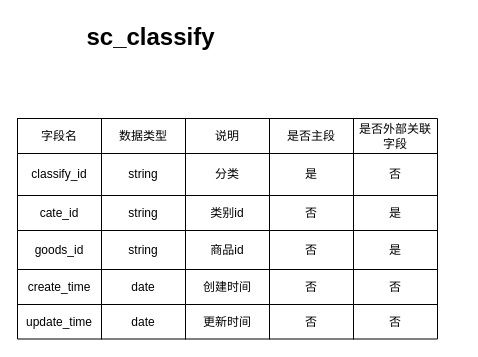
This is page "第 5 页" (5 of 12) of 数据库实体-联系图.drawio from hnistzzm/-, a draw.io file, before an edit. Source tidied: cells renumbered, new cells numbered last; positions are measured from the earlier drawing's top-left corner, leaving out a move shared by most shapes. Both pictures are drawn from the tidied source at 100%, with x=0, y=0 at pixel (17, 17).
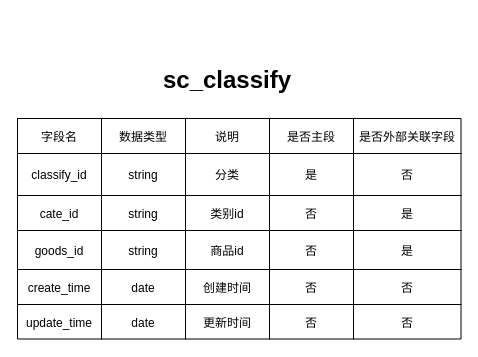
Above is the later version.

Diff of the diagram source:
```diff
@@
     <mxCell id="2" style="shape=table;startSize=0;childLayout=tableLayout;" parent="1" vertex="1">
-      <mxGeometry y="101" width="420" height="220.5" as="geometry" />
+      <mxGeometry y="101" width="443.5" height="220.5" as="geometry" />
     </mxCell>
     <mxCell id="3" style="shape=tableRow;horizontal=0;startSize=0;swimlaneHead=0;swimlaneBody=0;strokeColor=inherit;top=0;left=0;bottom=0;right=0;fillColor=none;" parent="2" vertex="1">
-      <mxGeometry width="420" height="35" as="geometry" />
+      <mxGeometry width="443.5" height="35" as="geometry" />
     </mxCell>
-    <mxCell id="4" value="字段名" style="shape=partialRectangle;html=1;whiteSpace=wrap;strokeColor=inherit;overflow=hidden;fillColor=none;top=0;left=0;bottom=0;right=0;" parent="3" vertex="1">
+    <mxCell id="4" value="字段名" style="shape=partialRectangle;strokeColor=inherit;overflow=hidden;fillColor=none;top=0;left=0;bottom=0;right=0;" parent="3" vertex="1">
       <mxGeometry width="84" height="35" as="geometry" />
     </mxCell>
-    <mxCell id="5" value="数据类型" style="shape=partialRectangle;html=1;whiteSpace=wrap;strokeColor=inherit;overflow=hidden;fillColor=none;top=0;left=0;bottom=0;right=0;" parent="3" vertex="1">
+    <mxCell id="5" value="数据类型" style="shape=partialRectangle;strokeColor=inherit;overflow=hidden;fillColor=none;top=0;left=0;bottom=0;right=0;" parent="3" vertex="1">
       <mxGeometry x="84" width="84" height="35" as="geometry" />
     </mxCell>
-    <mxCell id="6" value="说明" style="shape=partialRectangle;html=1;whiteSpace=wrap;strokeColor=inherit;overflow=hidden;fillColor=none;top=0;left=0;bottom=0;right=0;" parent="3" vertex="1">
+    <mxCell id="6" value="说明" style="shape=partialRectangle;strokeColor=inherit;overflow=hidden;fillColor=none;top=0;left=0;bottom=0;right=0;" parent="3" vertex="1">
       <mxGeometry x="168" width="84" height="35" as="geometry" />
     </mxCell>
-    <mxCell id="7" value="是否主段" style="shape=partialRectangle;html=1;whiteSpace=wrap;strokeColor=inherit;overflow=hidden;fillColor=none;top=0;left=0;bottom=0;right=0;" parent="3" vertex="1">
+    <mxCell id="7" value="是否主段" style="shape=partialRectangle;strokeColor=inherit;overflow=hidden;fillColor=none;top=0;left=0;bottom=0;right=0;" parent="3" vertex="1">
       <mxGeometry x="252" width="84" height="35" as="geometry" />
     </mxCell>
-    <mxCell id="8" value="是否外部关联字段" style="shape=partialRectangle;html=1;whiteSpace=wrap;strokeColor=inherit;overflow=hidden;fillColor=none;top=0;left=0;bottom=0;right=0;" parent="3" vertex="1">
-      <mxGeometry x="336" width="84" height="35" as="geometry" />
+    <mxCell id="8" value="是否外部关联字段" style="shape=partialRectangle;strokeColor=inherit;overflow=hidden;fillColor=none;top=0;left=0;bottom=0;right=0;" parent="3" vertex="1">
+      <mxGeometry x="336" width="108" height="35" as="geometry" />
     </mxCell>
     <mxCell id="9" style="shape=tableRow;horizontal=0;startSize=0;swimlaneHead=0;swimlaneBody=0;strokeColor=inherit;top=0;left=0;bottom=0;right=0;fillColor=none;" parent="2" vertex="1">
-      <mxGeometry y="35" width="420" height="42" as="geometry" />
+      <mxGeometry y="35" width="443.5" height="42" as="geometry" />
     </mxCell>
-    <mxCell id="10" value="classify_id" style="shape=partialRectangle;html=1;whiteSpace=wrap;strokeColor=inherit;overflow=hidden;fillColor=none;top=0;left=0;bottom=0;right=0;" parent="9" vertex="1">
+    <mxCell id="10" value="classify_id" style="shape=partialRectangle;strokeColor=inherit;overflow=hidden;fillColor=none;top=0;left=0;bottom=0;right=0;" parent="9" vertex="1">
       <mxGeometry width="84" height="42" as="geometry" />
     </mxCell>
-    <mxCell id="11" value="string" style="shape=partialRectangle;html=1;whiteSpace=wrap;strokeColor=inherit;overflow=hidden;fillColor=none;top=0;left=0;bottom=0;right=0;" parent="9" vertex="1">
+    <mxCell id="11" value="string" style="shape=partialRectangle;strokeColor=inherit;overflow=hidden;fillColor=none;top=0;left=0;bottom=0;right=0;" parent="9" vertex="1">
       <mxGeometry x="84" width="84" height="42" as="geometry" />
     </mxCell>
-    <mxCell id="12" value="分类" style="shape=partialRectangle;html=1;whiteSpace=wrap;strokeColor=inherit;overflow=hidden;fillColor=none;top=0;left=0;bottom=0;right=0;" parent="9" vertex="1">
+    <mxCell id="12" value="分类" style="shape=partialRectangle;strokeColor=inherit;overflow=hidden;fillColor=none;top=0;left=0;bottom=0;right=0;" parent="9" vertex="1">
       <mxGeometry x="168" width="84" height="42" as="geometry" />
     </mxCell>
-    <mxCell id="13" value="是" style="shape=partialRectangle;html=1;whiteSpace=wrap;strokeColor=inherit;overflow=hidden;fillColor=none;top=0;left=0;bottom=0;right=0;" parent="9" vertex="1">
+    <mxCell id="13" value="是" style="shape=partialRectangle;strokeColor=inherit;overflow=hidden;fillColor=none;top=0;left=0;bottom=0;right=0;" parent="9" vertex="1">
       <mxGeometry x="252" width="84" height="42" as="geometry" />
     </mxCell>
-    <mxCell id="14" value="否" style="shape=partialRectangle;html=1;whiteSpace=wrap;strokeColor=inherit;overflow=hidden;fillColor=none;top=0;left=0;bottom=0;right=0;" parent="9" vertex="1">
-      <mxGeometry x="336" width="84" height="42" as="geometry" />
+    <mxCell id="14" value="否" style="shape=partialRectangle;strokeColor=inherit;overflow=hidden;fillColor=none;top=0;left=0;bottom=0;right=0;" parent="9" vertex="1">
+      <mxGeometry x="336" width="108" height="42" as="geometry" />
     </mxCell>
     <mxCell id="15" style="shape=tableRow;horizontal=0;startSize=0;swimlaneHead=0;swimlaneBody=0;strokeColor=inherit;top=0;left=0;bottom=0;right=0;fillColor=none;" parent="2" vertex="1">
-      <mxGeometry y="77" width="420" height="35" as="geometry" />
+      <mxGeometry y="77" width="443.5" height="35" as="geometry" />
     </mxCell>
-    <mxCell id="16" value="cate_id" style="shape=partialRectangle;html=1;whiteSpace=wrap;strokeColor=inherit;overflow=hidden;fillColor=none;top=0;left=0;bottom=0;right=0;" parent="15" vertex="1">
+    <mxCell id="16" value="cate_id" style="shape=partialRectangle;strokeColor=inherit;overflow=hidden;fillColor=none;top=0;left=0;bottom=0;right=0;" parent="15" vertex="1">
       <mxGeometry width="84" height="35" as="geometry" />
     </mxCell>
-    <mxCell id="17" value="string" style="shape=partialRectangle;html=1;whiteSpace=wrap;strokeColor=inherit;overflow=hidden;fillColor=none;top=0;left=0;bottom=0;right=0;" parent="15" vertex="1">
+    <mxCell id="17" value="string" style="shape=partialRectangle;strokeColor=inherit;overflow=hidden;fillColor=none;top=0;left=0;bottom=0;right=0;" parent="15" vertex="1">
       <mxGeometry x="84" width="84" height="35" as="geometry" />
     </mxCell>
-    <mxCell id="18" value="类别id" style="shape=partialRectangle;html=1;whiteSpace=wrap;strokeColor=inherit;overflow=hidden;fillColor=none;top=0;left=0;bottom=0;right=0;" parent="15" vertex="1">
+    <mxCell id="18" value="类别id" style="shape=partialRectangle;strokeColor=inherit;overflow=hidden;fillColor=none;top=0;left=0;bottom=0;right=0;" parent="15" vertex="1">
       <mxGeometry x="168" width="84" height="35" as="geometry" />
     </mxCell>
-    <mxCell id="19" value="否" style="shape=partialRectangle;html=1;whiteSpace=wrap;strokeColor=inherit;overflow=hidden;fillColor=none;top=0;left=0;bottom=0;right=0;" parent="15" vertex="1">
+    <mxCell id="19" value="否" style="shape=partialRectangle;strokeColor=inherit;overflow=hidden;fillColor=none;top=0;left=0;bottom=0;right=0;" parent="15" vertex="1">
       <mxGeometry x="252" width="84" height="35" as="geometry" />
     </mxCell>
-    <mxCell id="20" value="是" style="shape=partialRectangle;html=1;whiteSpace=wrap;strokeColor=inherit;overflow=hidden;fillColor=none;top=0;left=0;bottom=0;right=0;" parent="15" vertex="1">
-      <mxGeometry x="336" width="84" height="35" as="geometry" />
+    <mxCell id="20" value="是" style="shape=partialRectangle;strokeColor=inherit;overflow=hidden;fillColor=none;top=0;left=0;bottom=0;right=0;" parent="15" vertex="1">
+      <mxGeometry x="336" width="108" height="35" as="geometry" />
     </mxCell>
     <mxCell id="21" style="shape=tableRow;horizontal=0;startSize=0;swimlaneHead=0;swimlaneBody=0;strokeColor=inherit;top=0;left=0;bottom=0;right=0;fillColor=none;" parent="2" vertex="1">
-      <mxGeometry y="112" width="420" height="39" as="geometry" />
+      <mxGeometry y="112" width="443.5" height="39" as="geometry" />
     </mxCell>
-    <mxCell id="22" value="goods_id" style="shape=partialRectangle;html=1;whiteSpace=wrap;strokeColor=inherit;overflow=hidden;fillColor=none;top=0;left=0;bottom=0;right=0;" parent="21" vertex="1">
+    <mxCell id="22" value="goods_id" style="shape=partialRectangle;strokeColor=inherit;overflow=hidden;fillColor=none;top=0;left=0;bottom=0;right=0;" parent="21" vertex="1">
       <mxGeometry width="84" height="39" as="geometry" />
     </mxCell>
-    <mxCell id="23" value="string" style="shape=partialRectangle;html=1;whiteSpace=wrap;strokeColor=inherit;overflow=hidden;fillColor=none;top=0;left=0;bottom=0;right=0;" parent="21" vertex="1">
+    <mxCell id="23" value="string" style="shape=partialRectangle;strokeColor=inherit;overflow=hidden;fillColor=none;top=0;left=0;bottom=0;right=0;" parent="21" vertex="1">
       <mxGeometry x="84" width="84" height="39" as="geometry" />
     </mxCell>
-    <mxCell id="24" value="商品id" style="shape=partialRectangle;html=1;whiteSpace=wrap;strokeColor=inherit;overflow=hidden;fillColor=none;top=0;left=0;bottom=0;right=0;" parent="21" vertex="1">
+    <mxCell id="24" value="商品id" style="shape=partialRectangle;strokeColor=inherit;overflow=hidden;fillColor=none;top=0;left=0;bottom=0;right=0;" parent="21" vertex="1">
       <mxGeometry x="168" width="84" height="39" as="geometry" />
     </mxCell>
-    <mxCell id="25" value="否" style="shape=partialRectangle;html=1;whiteSpace=wrap;strokeColor=inherit;overflow=hidden;fillColor=none;top=0;left=0;bottom=0;right=0;" parent="21" vertex="1">
+    <mxCell id="25" value="否" style="shape=partialRectangle;strokeColor=inherit;overflow=hidden;fillColor=none;top=0;left=0;bottom=0;right=0;" parent="21" vertex="1">
       <mxGeometry x="252" width="84" height="39" as="geometry" />
     </mxCell>
-    <mxCell id="26" value="是" style="shape=partialRectangle;html=1;whiteSpace=wrap;strokeColor=inherit;overflow=hidden;fillColor=none;top=0;left=0;bottom=0;right=0;" parent="21" vertex="1">
-      <mxGeometry x="336" width="84" height="39" as="geometry" />
+    <mxCell id="26" value="是" style="shape=partialRectangle;strokeColor=inherit;overflow=hidden;fillColor=none;top=0;left=0;bottom=0;right=0;" parent="21" vertex="1">
+      <mxGeometry x="336" width="108" height="39" as="geometry" />
     </mxCell>
     <mxCell id="27" style="shape=tableRow;horizontal=0;startSize=0;swimlaneHead=0;swimlaneBody=0;strokeColor=inherit;top=0;left=0;bottom=0;right=0;fillColor=none;" parent="2" vertex="1">
-      <mxGeometry y="151" width="420" height="35" as="geometry" />
+      <mxGeometry y="151" width="443.5" height="35" as="geometry" />
     </mxCell>
-    <mxCell id="28" value="create_time" style="shape=partialRectangle;html=1;whiteSpace=wrap;strokeColor=inherit;overflow=hidden;fillColor=none;top=0;left=0;bottom=0;right=0;" parent="27" vertex="1">
+    <mxCell id="28" value="create_time" style="shape=partialRectangle;strokeColor=inherit;overflow=hidden;fillColor=none;top=0;left=0;bottom=0;right=0;" parent="27" vertex="1">
       <mxGeometry width="84" height="35" as="geometry" />
     </mxCell>
-    <mxCell id="29" value="date" style="shape=partialRectangle;html=1;whiteSpace=wrap;strokeColor=inherit;overflow=hidden;fillColor=none;top=0;left=0;bottom=0;right=0;" parent="27" vertex="1">
+    <mxCell id="29" value="date" style="shape=partialRectangle;strokeColor=inherit;overflow=hidden;fillColor=none;top=0;left=0;bottom=0;right=0;" parent="27" vertex="1">
       <mxGeometry x="84" width="84" height="35" as="geometry" />
     </mxCell>
-    <mxCell id="30" value="创建时间" style="shape=partialRectangle;html=1;whiteSpace=wrap;strokeColor=inherit;overflow=hidden;fillColor=none;top=0;left=0;bottom=0;right=0;" parent="27" vertex="1">
+    <mxCell id="30" value="创建时间" style="shape=partialRectangle;strokeColor=inherit;overflow=hidden;fillColor=none;top=0;left=0;bottom=0;right=0;" parent="27" vertex="1">
       <mxGeometry x="168" width="84" height="35" as="geometry" />
     </mxCell>
-    <mxCell id="31" value="否" style="shape=partialRectangle;html=1;whiteSpace=wrap;strokeColor=inherit;overflow=hidden;fillColor=none;top=0;left=0;bottom=0;right=0;" parent="27" vertex="1">
+    <mxCell id="31" value="否" style="shape=partialRectangle;strokeColor=inherit;overflow=hidden;fillColor=none;top=0;left=0;bottom=0;right=0;" parent="27" vertex="1">
       <mxGeometry x="252" width="84" height="35" as="geometry" />
     </mxCell>
-    <mxCell id="32" value="否" style="shape=partialRectangle;html=1;whiteSpace=wrap;strokeColor=inherit;overflow=hidden;fillColor=none;top=0;left=0;bottom=0;right=0;" parent="27" vertex="1">
-      <mxGeometry x="336" width="84" height="35" as="geometry" />
+    <mxCell id="32" value="否" style="shape=partialRectangle;strokeColor=inherit;overflow=hidden;fillColor=none;top=0;left=0;bottom=0;right=0;" parent="27" vertex="1">
+      <mxGeometry x="336" width="108" height="35" as="geometry" />
     </mxCell>
     <mxCell id="33" style="shape=tableRow;horizontal=0;startSize=0;swimlaneHead=0;swimlaneBody=0;strokeColor=inherit;top=0;left=0;bottom=0;right=0;fillColor=none;" parent="2" vertex="1">
-      <mxGeometry y="186" width="420" height="35" as="geometry" />
+      <mxGeometry y="186" width="443.5" height="35" as="geometry" />
     </mxCell>
-    <mxCell id="34" value="update_time" style="shape=partialRectangle;html=1;whiteSpace=wrap;strokeColor=inherit;overflow=hidden;fillColor=none;top=0;left=0;bottom=0;right=0;" parent="33" vertex="1">
+    <mxCell id="34" value="update_time" style="shape=partialRectangle;strokeColor=inherit;overflow=hidden;fillColor=none;top=0;left=0;bottom=0;right=0;" parent="33" vertex="1">
       <mxGeometry width="84" height="35" as="geometry" />
     </mxCell>
-    <mxCell id="35" value="date" style="shape=partialRectangle;html=1;whiteSpace=wrap;strokeColor=inherit;overflow=hidden;fillColor=none;top=0;left=0;bottom=0;right=0;" parent="33" vertex="1">
+    <mxCell id="35" value="date" style="shape=partialRectangle;strokeColor=inherit;overflow=hidden;fillColor=none;top=0;left=0;bottom=0;right=0;" parent="33" vertex="1">
       <mxGeometry x="84" width="84" height="35" as="geometry" />
     </mxCell>
-    <mxCell id="36" value="更新时间" style="shape=partialRectangle;html=1;whiteSpace=wrap;strokeColor=inherit;overflow=hidden;fillColor=none;top=0;left=0;bottom=0;right=0;" parent="33" vertex="1">
+    <mxCell id="36" value="更新时间" style="shape=partialRectangle;strokeColor=inherit;overflow=hidden;fillColor=none;top=0;left=0;bottom=0;right=0;" parent="33" vertex="1">
       <mxGeometry x="168" width="84" height="35" as="geometry" />
     </mxCell>
-    <mxCell id="37" value="否" style="shape=partialRectangle;html=1;whiteSpace=wrap;strokeColor=inherit;overflow=hidden;fillColor=none;top=0;left=0;bottom=0;right=0;" parent="33" vertex="1">
+    <mxCell id="37" value="否" style="shape=partialRectangle;strokeColor=inherit;overflow=hidden;fillColor=none;top=0;left=0;bottom=0;right=0;" parent="33" vertex="1">
       <mxGeometry x="252" width="84" height="35" as="geometry" />
     </mxCell>
-    <mxCell id="38" value="否" style="shape=partialRectangle;html=1;whiteSpace=wrap;strokeColor=inherit;overflow=hidden;fillColor=none;top=0;left=0;bottom=0;right=0;" parent="33" vertex="1">
-      <mxGeometry x="336" width="84" height="35" as="geometry" />
+    <mxCell id="38" value="否" style="shape=partialRectangle;strokeColor=inherit;overflow=hidden;fillColor=none;top=0;left=0;bottom=0;right=0;" parent="33" vertex="1">
+      <mxGeometry x="336" width="108" height="35" as="geometry" />
     </mxCell>
-    <mxCell id="39" value="sc_classify&lt;br&gt;" style="text;strokeColor=none;fillColor=none;html=1;fontSize=24;fontStyle=1;verticalAlign=middle;align=center;" parent="1" vertex="1">
-      <mxGeometry x="83" width="100" height="40" as="geometry" />
+    <mxCell id="39" value="sc_classify&#10;" style="text;strokeColor=none;fillColor=none;fontSize=24;fontStyle=1;verticalAlign=middle;align=center;" parent="1" vertex="1">
+      <mxGeometry x="160" y="54" width="100" height="40" as="geometry" />
     </mxCell>
```
